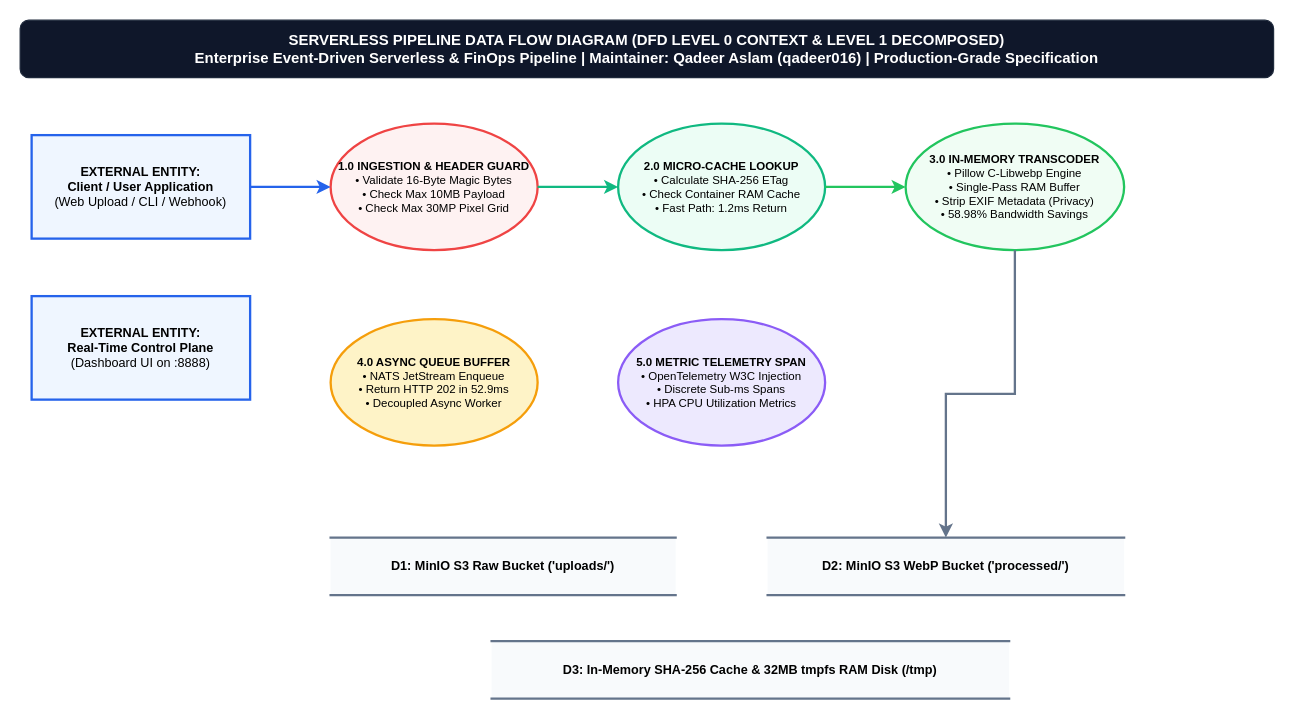
Before: page "3. Data Flow Diagram (DFD Level 0 & 1)" (3 of 6) of architecture_diagrams/all.drawio in qadeeraay/serverless-cost-pipeline, a draw.io diagram. Source tidied: cells renumbered, new cells numbered last; positions are measured from the earlier drawing's top-left corner, leaving out a move shared by most shapes. Both pictures are drawn from the tidied source at 115%, with x=0, y=0 at pixel (20, 20).
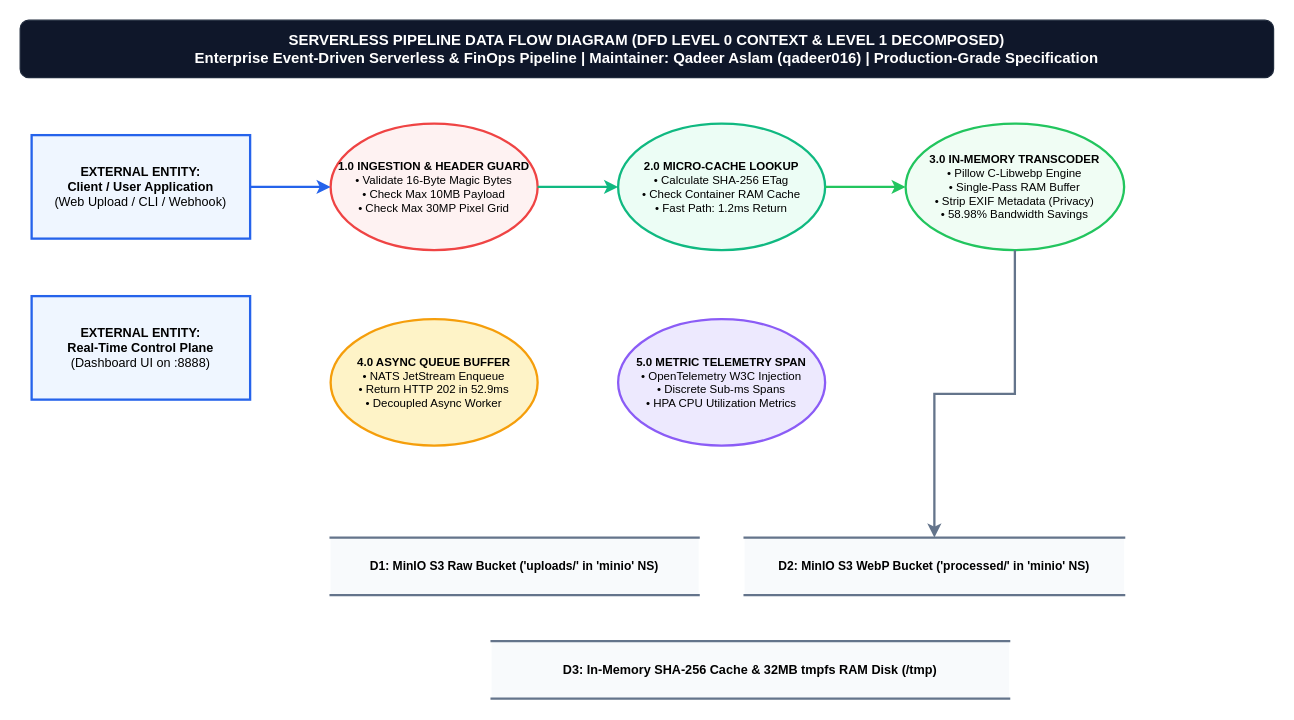
The same page after the edit.

Commit message (it also covers changes not shown here):
docs: update architecture documentation and diagrams to reflect minio namespace migration

Change to the diagram source:
```diff
@@
 <mxGraphModel background="#ffffff">
   <root>
     <mxCell id="0" />
     <mxCell id="1" parent="0" />
     <mxCell id="2" value="SERVERLESS PIPELINE DATA FLOW DIAGRAM (DFD LEVEL 0 CONTEXT &amp; LEVEL 1 DECOMPOSED)&#10;Enterprise Event-Driven Serverless &amp; FinOps Pipeline | Maintainer: Qadeer Aslam (qadeer016) | Production-Grade Specification" style="rounded=1;whiteSpace=wrap;html=1;fillColor=#0f172a;strokeColor=#1e293b;fontColor=#ffffff;fontSize=13;fontStyle=1;align=center;" parent="1" vertex="1">
       <mxGeometry width="1090" height="50" as="geometry" />
     </mxCell>
     <mxCell id="3" value="&lt;b&gt;EXTERNAL ENTITY:&lt;br&gt;Client / User Application&lt;/b&gt;&lt;br&gt;(Web Upload / CLI / Webhook)" style="rounded=0;whiteSpace=wrap;html=1;fillColor=#eff6ff;strokeColor=#2563eb;strokeWidth=2;fontSize=11;" parent="1" vertex="1">
       <mxGeometry x="10" y="100" width="190" height="90" as="geometry" />
     </mxCell>
     <mxCell id="4" value="&lt;b&gt;EXTERNAL ENTITY:&lt;br&gt;Real-Time Control Plane&lt;/b&gt;&lt;br&gt;(Dashboard UI on :8888)" style="rounded=0;whiteSpace=wrap;html=1;fillColor=#eff6ff;strokeColor=#2563eb;strokeWidth=2;fontSize=11;" parent="1" vertex="1">
       <mxGeometry x="10" y="240" width="190" height="90" as="geometry" />
     </mxCell>
     <mxCell id="5" value="&lt;b&gt;1.0 INGESTION &amp; HEADER GUARD&lt;/b&gt;&lt;br&gt;• Validate 16-Byte Magic Bytes&lt;br&gt;• Check Max 10MB Payload&lt;br&gt;• Check Max 30MP Pixel Grid" style="ellipse;whiteSpace=wrap;html=1;fillColor=#fef2f2;strokeColor=#ef4444;strokeWidth=2;fontSize=10;" parent="1" vertex="1">
       <mxGeometry x="270" y="90" width="180" height="110" as="geometry" />
     </mxCell>
     <mxCell id="6" value="&lt;b&gt;2.0 MICRO-CACHE LOOKUP&lt;/b&gt;&lt;br&gt;• Calculate SHA-256 ETag&lt;br&gt;• Check Container RAM Cache&lt;br&gt;• Fast Path: 1.2ms Return" style="ellipse;whiteSpace=wrap;html=1;fillColor=#ecfdf5;strokeColor=#10b981;strokeWidth=2;fontSize=10;" parent="1" vertex="1">
       <mxGeometry x="520" y="90" width="180" height="110" as="geometry" />
     </mxCell>
     <mxCell id="7" value="&lt;b&gt;3.0 IN-MEMORY TRANSCODER&lt;/b&gt;&lt;br&gt;• Pillow C-Libwebp Engine&lt;br&gt;• Single-Pass RAM Buffer&lt;br&gt;• Strip EXIF Metadata (Privacy)&lt;br&gt;• 58.98% Bandwidth Savings" style="ellipse;whiteSpace=wrap;html=1;fillColor=#f0fdf4;strokeColor=#22c55e;strokeWidth=2;fontSize=10;" parent="1" vertex="1">
       <mxGeometry x="770" y="90" width="190" height="110" as="geometry" />
     </mxCell>
     <mxCell id="8" value="&lt;b&gt;4.0 ASYNC QUEUE BUFFER&lt;/b&gt;&lt;br&gt;• NATS JetStream Enqueue&lt;br&gt;• Return HTTP 202 in 52.9ms&lt;br&gt;• Decoupled Async Worker" style="ellipse;whiteSpace=wrap;html=1;fillColor=#fef3c7;strokeColor=#f59e0b;strokeWidth=2;fontSize=10;" parent="1" vertex="1">
       <mxGeometry x="270" y="260" width="180" height="110" as="geometry" />
     </mxCell>
     <mxCell id="9" value="&lt;b&gt;5.0 METRIC TELEMETRY SPAN&lt;/b&gt;&lt;br&gt;• OpenTelemetry W3C Injection&lt;br&gt;• Discrete Sub-ms Spans&lt;br&gt;• HPA CPU Utilization Metrics" style="ellipse;whiteSpace=wrap;html=1;fillColor=#ede9fe;strokeColor=#8b5cf6;strokeWidth=2;fontSize=10;" parent="1" vertex="1">
       <mxGeometry x="520" y="260" width="180" height="110" as="geometry" />
     </mxCell>
-    <mxCell id="10" value="&lt;b&gt;D1: MinIO S3 Raw Bucket ('uploads/')&lt;/b&gt;" style="html=1;dashed=0;whiteSpace=wrap;shape=partialRectangle;right=0;left=0;fillColor=#f8fafc;strokeColor=#64748b;strokeWidth=2;fontSize=11;" parent="1" vertex="1">
-      <mxGeometry x="270" y="450" width="300" height="50" as="geometry" />
+    <mxCell id="10" value="&lt;b&gt;D1: MinIO S3 Raw Bucket ('uploads/' in 'minio' NS)&lt;/b&gt;" style="html=1;dashed=0;whiteSpace=wrap;shape=partialRectangle;right=0;left=0;fillColor=#f8fafc;strokeColor=#64748b;strokeWidth=2;fontSize=10.5;" parent="1" vertex="1">
+      <mxGeometry x="270" y="450" width="320" height="50" as="geometry" />
     </mxCell>
-    <mxCell id="11" value="&lt;b&gt;D2: MinIO S3 WebP Bucket ('processed/')&lt;/b&gt;" style="html=1;dashed=0;whiteSpace=wrap;shape=partialRectangle;right=0;left=0;fillColor=#f8fafc;strokeColor=#64748b;strokeWidth=2;fontSize=11;" parent="1" vertex="1">
-      <mxGeometry x="650" y="450" width="310" height="50" as="geometry" />
+    <mxCell id="11" value="&lt;b&gt;D2: MinIO S3 WebP Bucket ('processed/' in 'minio' NS)&lt;/b&gt;" style="html=1;dashed=0;whiteSpace=wrap;shape=partialRectangle;right=0;left=0;fillColor=#f8fafc;strokeColor=#64748b;strokeWidth=2;fontSize=10.5;" parent="1" vertex="1">
+      <mxGeometry x="630" y="450" width="330" height="50" as="geometry" />
     </mxCell>
     <mxCell id="12" value="&lt;b&gt;D3: In-Memory SHA-256 Cache &amp; 32MB tmpfs RAM Disk (/tmp)&lt;/b&gt;" style="html=1;dashed=0;whiteSpace=wrap;shape=partialRectangle;right=0;left=0;fillColor=#f8fafc;strokeColor=#64748b;strokeWidth=2;fontSize=11;" parent="1" vertex="1">
       <mxGeometry x="410" y="540" width="450" height="50" as="geometry" />
     </mxCell>
     <mxCell id="13" style="edgeStyle=orthogonalEdgeStyle;rounded=0;jettySize=auto;html=1;strokeColor=#2563eb;strokeWidth=2;" parent="1" edge="1" source="3" target="5">
       <mxGeometry relative="1" as="geometry" />
     </mxCell>
     <mxCell id="14" style="edgeStyle=orthogonalEdgeStyle;rounded=0;jettySize=auto;html=1;strokeColor=#10b981;strokeWidth=2;" parent="1" edge="1" source="5" target="6">
       <mxGeometry relative="1" as="geometry" />
     </mxCell>
     <mxCell id="15" style="edgeStyle=orthogonalEdgeStyle;rounded=0;jettySize=auto;html=1;strokeColor=#22c55e;strokeWidth=2;" parent="1" edge="1" source="6" target="7">
       <mxGeometry relative="1" as="geometry" />
     </mxCell>
     <mxCell id="16" style="edgeStyle=orthogonalEdgeStyle;rounded=0;jettySize=auto;html=1;strokeColor=#64748b;strokeWidth=2;" parent="1" edge="1" source="7" target="11">
       <mxGeometry relative="1" as="geometry" />
     </mxCell>
   </root>
 </mxGraphModel>
```
